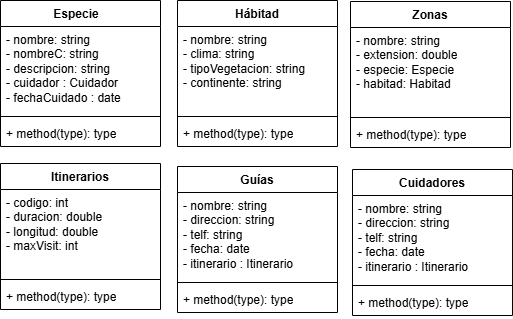
Above: Development Environment/Diagrama sin título.drawio.png in Samue45/1-DAM (draw.io), before the change. Source tidied: cells renumbered, new cells last; positions are measured from the earlier drawing's top-left corner, leaving out a move shared by most shapes. Its diagram source:
```xml
<mxGraphModel>
  <root>
    <mxCell id="0" />
    <mxCell id="1" parent="0" />
    <mxCell id="2" value="Especie&lt;span style=&quot;white-space: pre;&quot;&gt;&#9;&lt;/span&gt;" style="swimlane;fontStyle=1;align=center;verticalAlign=top;horizontal=1;startSize=26;whiteSpace=wrap;html=1;" parent="1" vertex="1">
      <mxGeometry width="160" height="146" as="geometry" />
    </mxCell>
    <mxCell id="3" value="- nombre: string&amp;nbsp;&lt;div&gt;- nombreC: string&amp;nbsp;&lt;div&gt;- descripcion: string&amp;nbsp;&lt;div&gt;- cuidador : Cuidador&lt;/div&gt;&lt;/div&gt;&lt;/div&gt;&lt;div&gt;- fechaCuidado : date&lt;/div&gt;" style="text;strokeColor=none;fillColor=none;align=left;verticalAlign=top;spacingLeft=4;spacingRight=4;overflow=hidden;points=[[0,0.5],[1,0.5]];portConstraint=eastwest;whiteSpace=wrap;html=1;" parent="2" vertex="1">
      <mxGeometry y="26" width="160" height="86" as="geometry" />
    </mxCell>
    <mxCell id="4" style="line;strokeWidth=1;fillColor=none;align=left;verticalAlign=middle;spacingTop=-1;spacingLeft=3;spacingRight=3;labelPosition=right;strokeColor=inherit;" parent="2" vertex="1">
      <mxGeometry y="112" width="160" height="8" as="geometry" />
    </mxCell>
    <mxCell id="5" value="+ method(type): type" style="text;strokeColor=none;fillColor=none;align=left;verticalAlign=top;spacingLeft=4;spacingRight=4;overflow=hidden;whiteSpace=wrap;html=1;" parent="2" vertex="1">
      <mxGeometry y="120" width="160" height="26" as="geometry" />
    </mxCell>
    <mxCell id="6" value="Hábitad" style="swimlane;fontStyle=1;align=center;verticalAlign=top;horizontal=1;startSize=26;whiteSpace=wrap;html=1;" parent="1" vertex="1">
      <mxGeometry x="177" width="160" height="146" as="geometry" />
    </mxCell>
    <mxCell id="7" value="- nombre: string&amp;nbsp;&lt;div&gt;- clima: string&amp;nbsp;&lt;div&gt;- tipoVegetacion: string&lt;/div&gt;&lt;div&gt;- continente: string&amp;nbsp;&lt;div&gt;&lt;br&gt;&lt;/div&gt;&lt;/div&gt;&lt;div&gt;&lt;br&gt;&lt;/div&gt;&lt;/div&gt;" style="text;strokeColor=none;fillColor=none;align=left;verticalAlign=top;spacingLeft=4;spacingRight=4;overflow=hidden;points=[[0,0.5],[1,0.5]];portConstraint=eastwest;whiteSpace=wrap;html=1;" parent="6" vertex="1">
      <mxGeometry y="26" width="160" height="86" as="geometry" />
    </mxCell>
    <mxCell id="8" style="line;strokeWidth=1;fillColor=none;align=left;verticalAlign=middle;spacingTop=-1;spacingLeft=3;spacingRight=3;labelPosition=right;strokeColor=inherit;" parent="6" vertex="1">
      <mxGeometry y="112" width="160" height="8" as="geometry" />
    </mxCell>
    <mxCell id="9" value="+ method(type): type" style="text;strokeColor=none;fillColor=none;align=left;verticalAlign=top;spacingLeft=4;spacingRight=4;overflow=hidden;whiteSpace=wrap;html=1;" parent="6" vertex="1">
      <mxGeometry y="120" width="160" height="26" as="geometry" />
    </mxCell>
    <mxCell id="10" value="Zonas" style="swimlane;fontStyle=1;align=center;verticalAlign=top;horizontal=1;startSize=26;whiteSpace=wrap;html=1;" parent="1" vertex="1">
      <mxGeometry x="350" y="1" width="160" height="146" as="geometry" />
    </mxCell>
    <mxCell id="11" value="- nombre: string&lt;div&gt;&lt;span style=&quot;background-color: initial;&quot;&gt;- extension: double&lt;/span&gt;&lt;/div&gt;&lt;div&gt;&lt;span style=&quot;background-color: initial;&quot;&gt;- especie: Especie&lt;/span&gt;&lt;/div&gt;&lt;div&gt;&lt;span style=&quot;background-color: initial;&quot;&gt;- habitad: Habitad&amp;nbsp;&lt;/span&gt;&lt;div&gt;&lt;div&gt;&lt;div&gt;&lt;br&gt;&lt;/div&gt;&lt;/div&gt;&lt;div&gt;&lt;br&gt;&lt;/div&gt;&lt;/div&gt;&lt;/div&gt;" style="text;strokeColor=none;fillColor=none;align=left;verticalAlign=top;spacingLeft=4;spacingRight=4;overflow=hidden;whiteSpace=wrap;html=1;" parent="10" vertex="1">
      <mxGeometry y="26" width="160" height="86" as="geometry" />
    </mxCell>
    <mxCell id="12" style="line;strokeWidth=1;fillColor=none;align=left;verticalAlign=middle;spacingTop=-1;spacingLeft=3;spacingRight=3;labelPosition=right;strokeColor=inherit;" parent="10" vertex="1">
      <mxGeometry y="112" width="160" height="8" as="geometry" />
    </mxCell>
    <mxCell id="13" value="+ method(type): type" style="text;strokeColor=none;fillColor=none;align=left;verticalAlign=top;spacingLeft=4;spacingRight=4;overflow=hidden;whiteSpace=wrap;html=1;" parent="10" vertex="1">
      <mxGeometry y="120" width="160" height="26" as="geometry" />
    </mxCell>
    <mxCell id="14" value="Itinerarios" style="swimlane;fontStyle=1;align=center;verticalAlign=top;horizontal=1;startSize=26;whiteSpace=wrap;html=1;" parent="1" vertex="1">
      <mxGeometry y="163" width="160" height="146" as="geometry" />
    </mxCell>
    <mxCell id="15" value="- codigo: int&lt;div&gt;&lt;span style=&quot;background-color: initial;&quot;&gt;- duracion: double&lt;/span&gt;&lt;/div&gt;&lt;div&gt;&lt;span style=&quot;background-color: initial;&quot;&gt;- longitud: double&lt;/span&gt;&lt;/div&gt;&lt;div&gt;&lt;span style=&quot;background-color: initial;&quot;&gt;- maxVisit: int&lt;/span&gt;&lt;div&gt;&lt;div&gt;&lt;div&gt;&lt;br&gt;&lt;/div&gt;&lt;/div&gt;&lt;div&gt;&lt;br&gt;&lt;/div&gt;&lt;/div&gt;&lt;/div&gt;" style="text;strokeColor=none;fillColor=none;align=left;verticalAlign=top;spacingLeft=4;spacingRight=4;overflow=hidden;whiteSpace=wrap;html=1;" parent="14" vertex="1">
      <mxGeometry y="26" width="160" height="86" as="geometry" />
    </mxCell>
    <mxCell id="16" style="line;strokeWidth=1;fillColor=none;align=left;verticalAlign=middle;spacingTop=-1;spacingLeft=3;spacingRight=3;labelPosition=right;strokeColor=inherit;" parent="14" vertex="1">
      <mxGeometry y="112" width="160" height="8" as="geometry" />
    </mxCell>
    <mxCell id="17" value="+ method(type): type" style="text;strokeColor=none;fillColor=none;align=left;verticalAlign=top;spacingLeft=4;spacingRight=4;overflow=hidden;whiteSpace=wrap;html=1;" parent="14" vertex="1">
      <mxGeometry y="120" width="160" height="26" as="geometry" />
    </mxCell>
    <mxCell id="18" value="Guías" style="swimlane;fontStyle=1;align=center;verticalAlign=top;horizontal=1;startSize=26;whiteSpace=wrap;html=1;" parent="1" vertex="1">
      <mxGeometry x="177" y="166" width="160" height="146" as="geometry" />
    </mxCell>
    <mxCell id="19" value="&lt;div&gt;&lt;div&gt;&lt;div&gt;- nombre: string&lt;/div&gt;&lt;/div&gt;&lt;/div&gt;&lt;div&gt;- direccion: string&lt;/div&gt;&lt;div&gt;- telf: string&lt;/div&gt;&lt;div&gt;- fecha: date&lt;/div&gt;&lt;div&gt;- itinerario : Itinerario&lt;/div&gt;" style="text;strokeColor=none;fillColor=none;align=left;verticalAlign=top;spacingLeft=4;spacingRight=4;overflow=hidden;whiteSpace=wrap;html=1;" parent="18" vertex="1">
      <mxGeometry y="26" width="160" height="86" as="geometry" />
    </mxCell>
    <mxCell id="20" style="line;strokeWidth=1;fillColor=none;align=left;verticalAlign=middle;spacingTop=-1;spacingLeft=3;spacingRight=3;labelPosition=right;strokeColor=inherit;" parent="18" vertex="1">
      <mxGeometry y="112" width="160" height="8" as="geometry" />
    </mxCell>
    <mxCell id="21" value="+ method(type): type" style="text;strokeColor=none;fillColor=none;align=left;verticalAlign=top;spacingLeft=4;spacingRight=4;overflow=hidden;whiteSpace=wrap;html=1;" parent="18" vertex="1">
      <mxGeometry y="120" width="160" height="26" as="geometry" />
    </mxCell>
    <mxCell id="22" value="Cuidadores" style="swimlane;fontStyle=1;align=center;verticalAlign=top;horizontal=1;startSize=26;whiteSpace=wrap;html=1;" parent="1" vertex="1">
      <mxGeometry x="352" y="169" width="160" height="146" as="geometry" />
    </mxCell>
    <mxCell id="23" value="&lt;div&gt;&lt;div&gt;&lt;div&gt;- nombre: string&lt;/div&gt;&lt;/div&gt;&lt;/div&gt;&lt;div&gt;- direccion: string&lt;/div&gt;&lt;div&gt;- telf: string&lt;/div&gt;&lt;div&gt;- fecha: date&lt;/div&gt;&lt;div&gt;- itinerario : Itinerario&lt;/div&gt;" style="text;strokeColor=none;fillColor=none;align=left;verticalAlign=top;spacingLeft=4;spacingRight=4;overflow=hidden;points=[[0,0.5],[1,0.5]];portConstraint=eastwest;whiteSpace=wrap;html=1;" parent="22" vertex="1">
      <mxGeometry y="26" width="160" height="86" as="geometry" />
    </mxCell>
    <mxCell id="24" style="line;strokeWidth=1;fillColor=none;align=left;verticalAlign=middle;spacingTop=-1;spacingLeft=3;spacingRight=3;labelPosition=right;strokeColor=inherit;" parent="22" vertex="1">
      <mxGeometry y="112" width="160" height="8" as="geometry" />
    </mxCell>
    <mxCell id="25" value="+ method(type): type" style="text;strokeColor=none;fillColor=none;align=left;verticalAlign=top;spacingLeft=4;spacingRight=4;overflow=hidden;whiteSpace=wrap;html=1;" parent="22" vertex="1">
      <mxGeometry y="120" width="160" height="26" as="geometry" />
    </mxCell>
  </root>
</mxGraphModel>
```
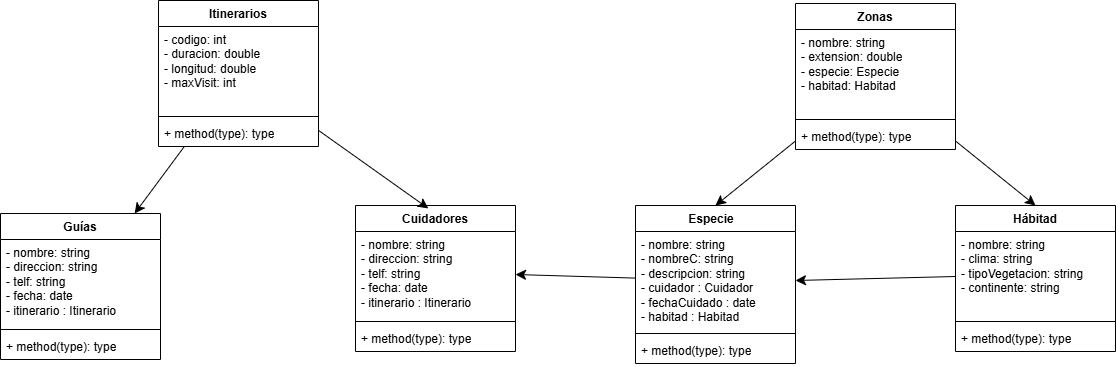
After the commit.

What changed in the source:
```diff
@@ -3,19 +3,19 @@
     <mxCell id="0" />
     <mxCell id="1" parent="0" />
     <mxCell id="2" value="Especie&lt;span style=&quot;white-space: pre;&quot;&gt;&#9;&lt;/span&gt;" style="swimlane;fontStyle=1;align=center;verticalAlign=top;horizontal=1;startSize=26;whiteSpace=wrap;html=1;" parent="1" vertex="1">
-      <mxGeometry width="160" height="146" as="geometry" />
+      <mxGeometry x="-73" y="-39" width="160" height="158" as="geometry" />
     </mxCell>
-    <mxCell id="3" value="- nombre: string&amp;nbsp;&lt;div&gt;- nombreC: string&amp;nbsp;&lt;div&gt;- descripcion: string&amp;nbsp;&lt;div&gt;- cuidador : Cuidador&lt;/div&gt;&lt;/div&gt;&lt;/div&gt;&lt;div&gt;- fechaCuidado : date&lt;/div&gt;" style="text;strokeColor=none;fillColor=none;align=left;verticalAlign=top;spacingLeft=4;spacingRight=4;overflow=hidden;points=[[0,0.5],[1,0.5]];portConstraint=eastwest;whiteSpace=wrap;html=1;" parent="2" vertex="1">
-      <mxGeometry y="26" width="160" height="86" as="geometry" />
+    <mxCell id="3" value="- nombre: string&amp;nbsp;&lt;div&gt;- nombreC: string&amp;nbsp;&lt;div&gt;- descripcion: string&amp;nbsp;&lt;div&gt;- cuidador : Cuidador&lt;/div&gt;&lt;/div&gt;&lt;/div&gt;&lt;div&gt;- fechaCuidado : date&lt;/div&gt;&lt;div&gt;- habitad : Habitad&lt;/div&gt;" style="text;strokeColor=none;fillColor=none;align=left;verticalAlign=top;spacingLeft=4;spacingRight=4;overflow=hidden;points=[[0,0.5],[1,0.5]];portConstraint=eastwest;whiteSpace=wrap;html=1;" parent="2" vertex="1">
+      <mxGeometry y="26" width="160" height="98" as="geometry" />
     </mxCell>
     <mxCell id="4" style="line;strokeWidth=1;fillColor=none;align=left;verticalAlign=middle;spacingTop=-1;spacingLeft=3;spacingRight=3;labelPosition=right;strokeColor=inherit;" parent="2" vertex="1">
-      <mxGeometry y="112" width="160" height="8" as="geometry" />
+      <mxGeometry y="124" width="160" height="8" as="geometry" />
     </mxCell>
     <mxCell id="5" value="+ method(type): type" style="text;strokeColor=none;fillColor=none;align=left;verticalAlign=top;spacingLeft=4;spacingRight=4;overflow=hidden;whiteSpace=wrap;html=1;" parent="2" vertex="1">
-      <mxGeometry y="120" width="160" height="26" as="geometry" />
+      <mxGeometry y="132" width="160" height="26" as="geometry" />
     </mxCell>
     <mxCell id="6" value="Hábitad" style="swimlane;fontStyle=1;align=center;verticalAlign=top;horizontal=1;startSize=26;whiteSpace=wrap;html=1;" parent="1" vertex="1">
-      <mxGeometry x="177" width="160" height="146" as="geometry" />
+      <mxGeometry x="247" y="-39" width="160" height="146" as="geometry" />
     </mxCell>
     <mxCell id="7" value="- nombre: string&amp;nbsp;&lt;div&gt;- clima: string&amp;nbsp;&lt;div&gt;- tipoVegetacion: string&lt;/div&gt;&lt;div&gt;- continente: string&amp;nbsp;&lt;div&gt;&lt;br&gt;&lt;/div&gt;&lt;/div&gt;&lt;div&gt;&lt;br&gt;&lt;/div&gt;&lt;/div&gt;" style="text;strokeColor=none;fillColor=none;align=left;verticalAlign=top;spacingLeft=4;spacingRight=4;overflow=hidden;points=[[0,0.5],[1,0.5]];portConstraint=eastwest;whiteSpace=wrap;html=1;" parent="6" vertex="1">
       <mxGeometry y="26" width="160" height="86" as="geometry" />
@@ -26,8 +26,14 @@
     <mxCell id="9" value="+ method(type): type" style="text;strokeColor=none;fillColor=none;align=left;verticalAlign=top;spacingLeft=4;spacingRight=4;overflow=hidden;whiteSpace=wrap;html=1;" parent="6" vertex="1">
       <mxGeometry y="120" width="160" height="26" as="geometry" />
     </mxCell>
+    <mxCell id="26" style="edgeStyle=none;curved=1;rounded=0;jettySize=auto;html=1;entryX=0.5;entryY=0;entryDx=0;entryDy=0;fontSize=12;startSize=8;endSize=8;" parent="1" edge="1" source="10" target="2">
+      <mxGeometry relative="1" as="geometry" />
+    </mxCell>
+    <mxCell id="27" style="edgeStyle=none;curved=1;rounded=0;jettySize=auto;html=1;entryX=0.5;entryY=0;entryDx=0;entryDy=0;fontSize=12;startSize=8;endSize=8;" parent="1" edge="1" source="10" target="6">
+      <mxGeometry relative="1" as="geometry" />
+    </mxCell>
     <mxCell id="10" value="Zonas" style="swimlane;fontStyle=1;align=center;verticalAlign=top;horizontal=1;startSize=26;whiteSpace=wrap;html=1;" parent="1" vertex="1">
-      <mxGeometry x="350" y="1" width="160" height="146" as="geometry" />
+      <mxGeometry x="87" y="-241" width="160" height="146" as="geometry" />
     </mxCell>
     <mxCell id="11" value="- nombre: string&lt;div&gt;&lt;span style=&quot;background-color: initial;&quot;&gt;- extension: double&lt;/span&gt;&lt;/div&gt;&lt;div&gt;&lt;span style=&quot;background-color: initial;&quot;&gt;- especie: Especie&lt;/span&gt;&lt;/div&gt;&lt;div&gt;&lt;span style=&quot;background-color: initial;&quot;&gt;- habitad: Habitad&amp;nbsp;&lt;/span&gt;&lt;div&gt;&lt;div&gt;&lt;div&gt;&lt;br&gt;&lt;/div&gt;&lt;/div&gt;&lt;div&gt;&lt;br&gt;&lt;/div&gt;&lt;/div&gt;&lt;/div&gt;" style="text;strokeColor=none;fillColor=none;align=left;verticalAlign=top;spacingLeft=4;spacingRight=4;overflow=hidden;whiteSpace=wrap;html=1;" parent="10" vertex="1">
       <mxGeometry y="26" width="160" height="86" as="geometry" />
@@ -38,8 +44,11 @@
     <mxCell id="13" value="+ method(type): type" style="text;strokeColor=none;fillColor=none;align=left;verticalAlign=top;spacingLeft=4;spacingRight=4;overflow=hidden;whiteSpace=wrap;html=1;" parent="10" vertex="1">
       <mxGeometry y="120" width="160" height="26" as="geometry" />
     </mxCell>
+    <mxCell id="28" style="edgeStyle=none;curved=1;rounded=0;jettySize=auto;html=1;fontSize=12;startSize=8;endSize=8;" parent="1" edge="1" source="14" target="18">
+      <mxGeometry relative="1" as="geometry" />
+    </mxCell>
     <mxCell id="14" value="Itinerarios" style="swimlane;fontStyle=1;align=center;verticalAlign=top;horizontal=1;startSize=26;whiteSpace=wrap;html=1;" parent="1" vertex="1">
-      <mxGeometry y="163" width="160" height="146" as="geometry" />
+      <mxGeometry x="-550" y="-244" width="160" height="146" as="geometry" />
     </mxCell>
     <mxCell id="15" value="- codigo: int&lt;div&gt;&lt;span style=&quot;background-color: initial;&quot;&gt;- duracion: double&lt;/span&gt;&lt;/div&gt;&lt;div&gt;&lt;span style=&quot;background-color: initial;&quot;&gt;- longitud: double&lt;/span&gt;&lt;/div&gt;&lt;div&gt;&lt;span style=&quot;background-color: initial;&quot;&gt;- maxVisit: int&lt;/span&gt;&lt;div&gt;&lt;div&gt;&lt;div&gt;&lt;br&gt;&lt;/div&gt;&lt;/div&gt;&lt;div&gt;&lt;br&gt;&lt;/div&gt;&lt;/div&gt;&lt;/div&gt;" style="text;strokeColor=none;fillColor=none;align=left;verticalAlign=top;spacingLeft=4;spacingRight=4;overflow=hidden;whiteSpace=wrap;html=1;" parent="14" vertex="1">
       <mxGeometry y="26" width="160" height="86" as="geometry" />
@@ -51,7 +60,7 @@
       <mxGeometry y="120" width="160" height="26" as="geometry" />
     </mxCell>
     <mxCell id="18" value="Guías" style="swimlane;fontStyle=1;align=center;verticalAlign=top;horizontal=1;startSize=26;whiteSpace=wrap;html=1;" parent="1" vertex="1">
-      <mxGeometry x="177" y="166" width="160" height="146" as="geometry" />
+      <mxGeometry x="-708" y="-31" width="160" height="146" as="geometry" />
     </mxCell>
     <mxCell id="19" value="&lt;div&gt;&lt;div&gt;&lt;div&gt;- nombre: string&lt;/div&gt;&lt;/div&gt;&lt;/div&gt;&lt;div&gt;- direccion: string&lt;/div&gt;&lt;div&gt;- telf: string&lt;/div&gt;&lt;div&gt;- fecha: date&lt;/div&gt;&lt;div&gt;- itinerario : Itinerario&lt;/div&gt;" style="text;strokeColor=none;fillColor=none;align=left;verticalAlign=top;spacingLeft=4;spacingRight=4;overflow=hidden;whiteSpace=wrap;html=1;" parent="18" vertex="1">
       <mxGeometry y="26" width="160" height="86" as="geometry" />
@@ -63,7 +72,7 @@
       <mxGeometry y="120" width="160" height="26" as="geometry" />
     </mxCell>
     <mxCell id="22" value="Cuidadores" style="swimlane;fontStyle=1;align=center;verticalAlign=top;horizontal=1;startSize=26;whiteSpace=wrap;html=1;" parent="1" vertex="1">
-      <mxGeometry x="352" y="169" width="160" height="146" as="geometry" />
+      <mxGeometry x="-353" y="-39" width="160" height="146" as="geometry" />
     </mxCell>
     <mxCell id="23" value="&lt;div&gt;&lt;div&gt;&lt;div&gt;- nombre: string&lt;/div&gt;&lt;/div&gt;&lt;/div&gt;&lt;div&gt;- direccion: string&lt;/div&gt;&lt;div&gt;- telf: string&lt;/div&gt;&lt;div&gt;- fecha: date&lt;/div&gt;&lt;div&gt;- itinerario : Itinerario&lt;/div&gt;" style="text;strokeColor=none;fillColor=none;align=left;verticalAlign=top;spacingLeft=4;spacingRight=4;overflow=hidden;points=[[0,0.5],[1,0.5]];portConstraint=eastwest;whiteSpace=wrap;html=1;" parent="22" vertex="1">
       <mxGeometry y="26" width="160" height="86" as="geometry" />
@@ -74,5 +83,14 @@
     <mxCell id="25" value="+ method(type): type" style="text;strokeColor=none;fillColor=none;align=left;verticalAlign=top;spacingLeft=4;spacingRight=4;overflow=hidden;whiteSpace=wrap;html=1;" parent="22" vertex="1">
       <mxGeometry y="120" width="160" height="26" as="geometry" />
     </mxCell>
+    <mxCell id="29" style="edgeStyle=none;curved=1;rounded=0;jettySize=auto;html=1;entryX=1;entryY=0.5;entryDx=0;entryDy=0;fontSize=12;startSize=8;endSize=8;" parent="1" edge="1" source="3" target="23">
+      <mxGeometry relative="1" as="geometry" />
+    </mxCell>
+    <mxCell id="30" style="edgeStyle=none;curved=1;rounded=0;jettySize=auto;html=1;entryX=0.455;entryY=0.02;entryDx=0;entryDy=0;entryPerimeter=0;fontSize=12;startSize=8;endSize=8;" parent="1" edge="1" source="14" target="22">
+      <mxGeometry relative="1" as="geometry" />
+    </mxCell>
+    <mxCell id="31" style="edgeStyle=none;curved=1;rounded=0;jettySize=auto;html=1;entryX=1;entryY=0.5;entryDx=0;entryDy=0;fontSize=12;startSize=8;endSize=8;" parent="1" edge="1" source="7" target="3">
+      <mxGeometry relative="1" as="geometry" />
+    </mxCell>
   </root>
 </mxGraphModel>
```
